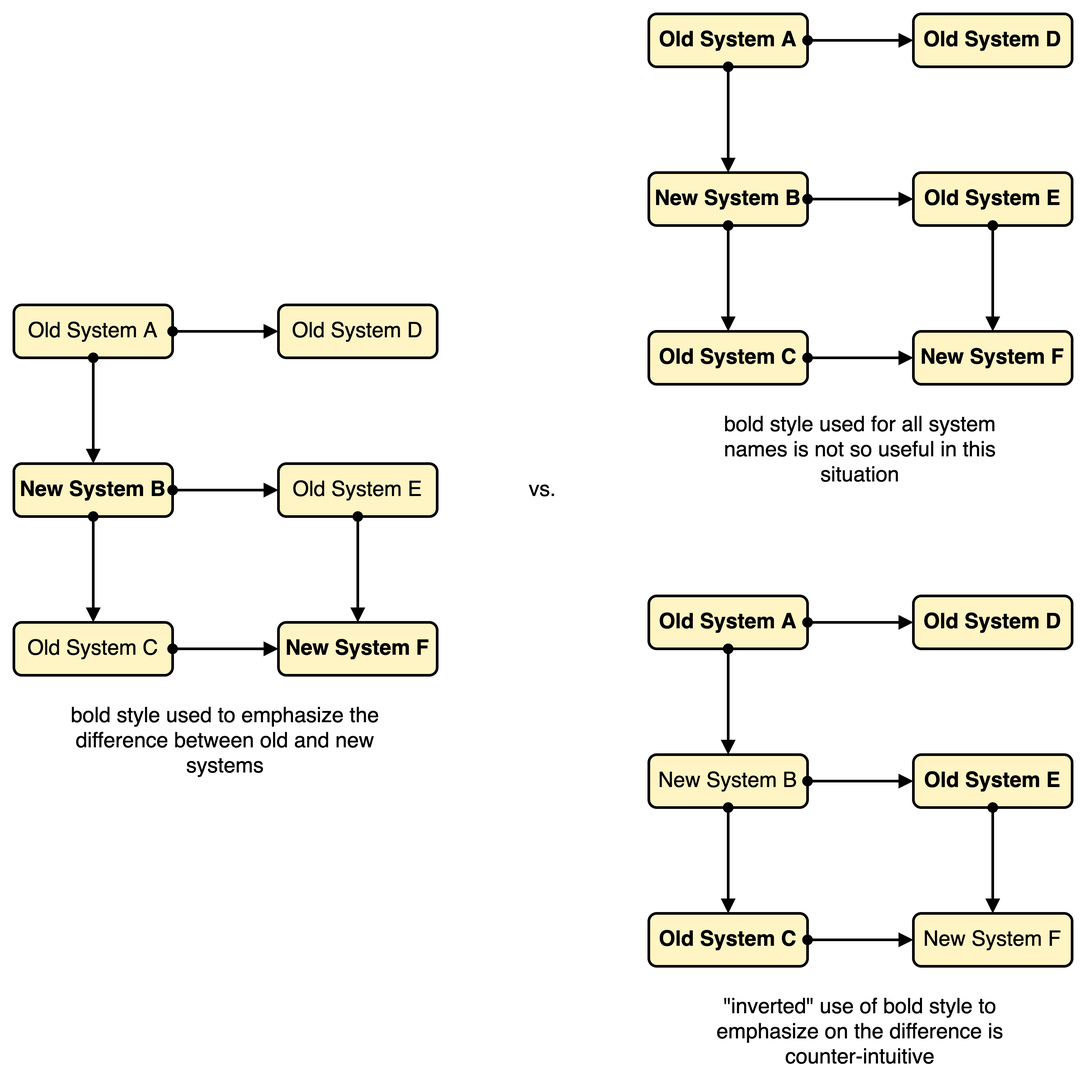
Earlier version of the draw.io export diagrams/text-guideline_font-style_2.png (martinleggewie/visual-tips-for-creating-schematic-diagrams). Source tidied: cells renumbered, new cells last; positions are measured from the earlier drawing's top-left corner, leaving out a move shared by most shapes.
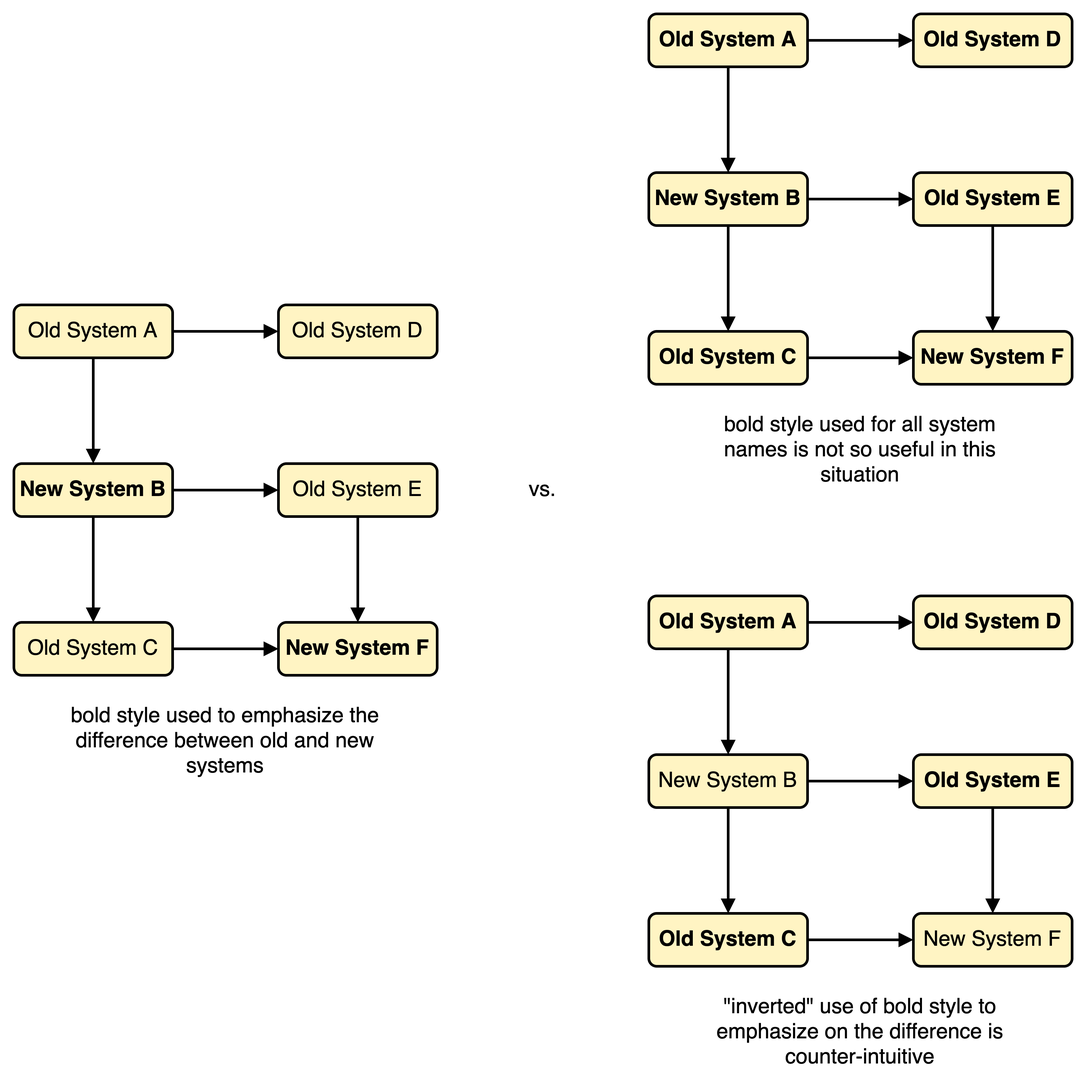
The same diagram one commit later.

Change to the diagram source:
```diff
@@ -9,16 +9,16 @@
     <mxCell id="4" value="Old System A" style="rounded=1;whiteSpace=wrap;html=1;strokeWidth=2;fontSize=16;fontStyle=0;fillColor=#FFF4C3;" parent="3" vertex="1">
       <mxGeometry x="10" y="230" width="120" height="40" as="geometry" />
     </mxCell>
-    <mxCell id="5" style="rounded=0;jettySize=auto;html=1;fontSize=16;endArrow=block;endFill=1;startArrow=oval;startFill=1;strokeWidth=2;" parent="3" edge="1" source="4" target="11">
+    <mxCell id="5" style="rounded=0;jettySize=auto;html=1;fontSize=16;endArrow=block;endFill=1;startArrow=none;startFill=0;strokeWidth=2;" parent="3" edge="1" source="4" target="11">
       <mxGeometry relative="1" as="geometry" />
     </mxCell>
     <mxCell id="6" value="New System B" style="rounded=1;whiteSpace=wrap;html=1;strokeWidth=2;fontSize=16;fontStyle=1;fillColor=#FFF4C3;" parent="3" vertex="1">
       <mxGeometry x="10" y="350" width="120" height="40" as="geometry" />
     </mxCell>
-    <mxCell id="7" style="edgeStyle=none;rounded=0;jettySize=auto;html=1;startArrow=oval;startFill=1;endArrow=block;endFill=1;strokeWidth=2;fontSize=16;" parent="3" edge="1" source="4" target="6">
+    <mxCell id="7" style="edgeStyle=none;rounded=0;jettySize=auto;html=1;startArrow=none;startFill=0;endArrow=block;endFill=1;strokeWidth=2;fontSize=16;" parent="3" edge="1" source="4" target="6">
       <mxGeometry relative="1" as="geometry" />
     </mxCell>
-    <mxCell id="8" style="rounded=0;jettySize=auto;html=1;fontSize=16;endArrow=block;endFill=1;startArrow=oval;startFill=1;strokeWidth=2;" parent="3" edge="1" source="6" target="12">
+    <mxCell id="8" style="rounded=0;jettySize=auto;html=1;fontSize=16;endArrow=block;endFill=1;startArrow=none;startFill=0;strokeWidth=2;" parent="3" edge="1" source="6" target="12">
       <mxGeometry relative="1" as="geometry" />
     </mxCell>
     <mxCell id="9" value="bold style used to emphasize the difference between old and new systems" style="text;html=1;strokeColor=none;fillColor=none;align=center;verticalAlign=middle;whiteSpace=wrap;rounded=0;fontSize=16;spacing=0;" parent="3" vertex="1">
@@ -39,28 +39,28 @@
     <mxCell id="14" value="Old System C" style="rounded=1;whiteSpace=wrap;html=1;strokeWidth=2;fontSize=16;fontStyle=0;fillColor=#FFF4C3;" parent="3" vertex="1">
       <mxGeometry x="10" y="470" width="120" height="40" as="geometry" />
     </mxCell>
-    <mxCell id="15" style="edgeStyle=none;rounded=1;jettySize=auto;html=1;fontSize=16;startArrow=oval;startFill=1;endArrow=block;endFill=1;strokeWidth=2;" parent="3" edge="1" source="12" target="13">
+    <mxCell id="15" style="edgeStyle=none;rounded=1;jettySize=auto;html=1;fontSize=16;startArrow=none;startFill=0;endArrow=block;endFill=1;strokeWidth=2;" parent="3" edge="1" source="12" target="13">
       <mxGeometry relative="1" as="geometry" />
     </mxCell>
-    <mxCell id="16" style="edgeStyle=none;rounded=1;jettySize=auto;html=1;fontSize=16;startArrow=oval;startFill=1;endArrow=block;endFill=1;strokeWidth=2;" parent="3" edge="1" source="14" target="13">
+    <mxCell id="16" style="edgeStyle=none;rounded=1;jettySize=auto;html=1;fontSize=16;startArrow=none;startFill=0;endArrow=block;endFill=1;strokeWidth=2;" parent="3" edge="1" source="14" target="13">
       <mxGeometry relative="1" as="geometry" />
     </mxCell>
-    <mxCell id="17" style="edgeStyle=none;rounded=1;jettySize=auto;html=1;fontSize=16;startArrow=oval;startFill=1;endArrow=block;endFill=1;strokeWidth=2;" parent="3" edge="1" source="6" target="14">
+    <mxCell id="17" style="edgeStyle=none;rounded=1;jettySize=auto;html=1;fontSize=16;startArrow=none;startFill=0;endArrow=block;endFill=1;strokeWidth=2;" parent="3" edge="1" source="6" target="14">
       <mxGeometry relative="1" as="geometry" />
     </mxCell>
     <mxCell id="18" value="Old System A" style="rounded=1;whiteSpace=wrap;html=1;strokeWidth=2;fontSize=16;fontStyle=1;fillColor=#FFF4C3;" parent="3" vertex="1">
       <mxGeometry x="490" y="10" width="120" height="40" as="geometry" />
     </mxCell>
-    <mxCell id="19" style="rounded=0;jettySize=auto;html=1;fontSize=16;endArrow=block;endFill=1;startArrow=oval;startFill=1;strokeWidth=2;" parent="3" edge="1" source="18" target="24">
+    <mxCell id="19" style="rounded=0;jettySize=auto;html=1;fontSize=16;endArrow=block;endFill=1;startArrow=none;startFill=0;strokeWidth=2;" parent="3" edge="1" source="18" target="24">
       <mxGeometry relative="1" as="geometry" />
     </mxCell>
     <mxCell id="20" value="New System B" style="rounded=1;whiteSpace=wrap;html=1;strokeWidth=2;fontSize=16;fontStyle=1;fillColor=#FFF4C3;" parent="3" vertex="1">
       <mxGeometry x="490" y="130" width="120" height="40" as="geometry" />
     </mxCell>
-    <mxCell id="21" style="edgeStyle=none;rounded=0;jettySize=auto;html=1;startArrow=oval;startFill=1;endArrow=block;endFill=1;strokeWidth=2;fontSize=16;" parent="3" edge="1" source="18" target="20">
+    <mxCell id="21" style="edgeStyle=none;rounded=0;jettySize=auto;html=1;startArrow=none;startFill=0;endArrow=block;endFill=1;strokeWidth=2;fontSize=16;" parent="3" edge="1" source="18" target="20">
       <mxGeometry relative="1" as="geometry" />
     </mxCell>
-    <mxCell id="22" style="rounded=0;jettySize=auto;html=1;fontSize=16;endArrow=block;endFill=1;startArrow=oval;startFill=1;strokeWidth=2;" parent="3" edge="1" source="20" target="25">
+    <mxCell id="22" style="rounded=0;jettySize=auto;html=1;fontSize=16;endArrow=block;endFill=1;startArrow=none;startFill=0;strokeWidth=2;" parent="3" edge="1" source="20" target="25">
       <mxGeometry relative="1" as="geometry" />
     </mxCell>
     <mxCell id="23" value="bold style used for all system names is not so useful in this situation" style="text;html=1;strokeColor=none;fillColor=none;align=center;verticalAlign=middle;whiteSpace=wrap;rounded=0;fontSize=16;spacing=0;" parent="3" vertex="1">
@@ -78,28 +78,28 @@
     <mxCell id="27" value="Old System C" style="rounded=1;whiteSpace=wrap;html=1;strokeWidth=2;fontSize=16;fontStyle=1;fillColor=#FFF4C3;" parent="3" vertex="1">
       <mxGeometry x="490" y="250" width="120" height="40" as="geometry" />
     </mxCell>
-    <mxCell id="28" style="edgeStyle=none;rounded=1;jettySize=auto;html=1;fontSize=16;startArrow=oval;startFill=1;endArrow=block;endFill=1;strokeWidth=2;" parent="3" edge="1" source="25" target="26">
+    <mxCell id="28" style="edgeStyle=none;rounded=1;jettySize=auto;html=1;fontSize=16;startArrow=none;startFill=0;endArrow=block;endFill=1;strokeWidth=2;" parent="3" edge="1" source="25" target="26">
       <mxGeometry relative="1" as="geometry" />
     </mxCell>
-    <mxCell id="29" style="edgeStyle=none;rounded=1;jettySize=auto;html=1;fontSize=16;startArrow=oval;startFill=1;endArrow=block;endFill=1;strokeWidth=2;" parent="3" edge="1" source="27" target="26">
+    <mxCell id="29" style="edgeStyle=none;rounded=1;jettySize=auto;html=1;fontSize=16;startArrow=none;startFill=0;endArrow=block;endFill=1;strokeWidth=2;" parent="3" edge="1" source="27" target="26">
       <mxGeometry relative="1" as="geometry" />
     </mxCell>
-    <mxCell id="30" style="edgeStyle=none;rounded=1;jettySize=auto;html=1;fontSize=16;startArrow=oval;startFill=1;endArrow=block;endFill=1;strokeWidth=2;" parent="3" edge="1" source="20" target="27">
+    <mxCell id="30" style="edgeStyle=none;rounded=1;jettySize=auto;html=1;fontSize=16;startArrow=none;startFill=0;endArrow=block;endFill=1;strokeWidth=2;" parent="3" edge="1" source="20" target="27">
       <mxGeometry relative="1" as="geometry" />
     </mxCell>
     <mxCell id="31" value="Old System A" style="rounded=1;whiteSpace=wrap;html=1;strokeWidth=2;fontSize=16;fontStyle=1;fillColor=#FFF4C3;" parent="3" vertex="1">
       <mxGeometry x="490" y="450" width="120" height="40" as="geometry" />
     </mxCell>
-    <mxCell id="32" style="rounded=0;jettySize=auto;html=1;fontSize=16;endArrow=block;endFill=1;startArrow=oval;startFill=1;strokeWidth=2;" parent="3" edge="1" source="31" target="37">
+    <mxCell id="32" style="rounded=0;jettySize=auto;html=1;fontSize=16;endArrow=block;endFill=1;startArrow=none;startFill=0;strokeWidth=2;" parent="3" edge="1" source="31" target="37">
       <mxGeometry relative="1" as="geometry" />
     </mxCell>
     <mxCell id="33" value="New System B" style="rounded=1;whiteSpace=wrap;html=1;strokeWidth=2;fontSize=16;fontStyle=0;fillColor=#FFF4C3;" parent="3" vertex="1">
       <mxGeometry x="490" y="570" width="120" height="40" as="geometry" />
     </mxCell>
-    <mxCell id="34" style="edgeStyle=none;rounded=0;jettySize=auto;html=1;startArrow=oval;startFill=1;endArrow=block;endFill=1;strokeWidth=2;fontSize=16;" parent="3" edge="1" source="31" target="33">
+    <mxCell id="34" style="edgeStyle=none;rounded=0;jettySize=auto;html=1;startArrow=none;startFill=0;endArrow=block;endFill=1;strokeWidth=2;fontSize=16;" parent="3" edge="1" source="31" target="33">
       <mxGeometry relative="1" as="geometry" />
     </mxCell>
-    <mxCell id="35" style="rounded=0;jettySize=auto;html=1;fontSize=16;endArrow=block;endFill=1;startArrow=oval;startFill=1;strokeWidth=2;" parent="3" edge="1" source="33" target="38">
+    <mxCell id="35" style="rounded=0;jettySize=auto;html=1;fontSize=16;endArrow=block;endFill=1;startArrow=none;startFill=0;strokeWidth=2;" parent="3" edge="1" source="33" target="38">
       <mxGeometry relative="1" as="geometry" />
     </mxCell>
     <mxCell id="36" value="&quot;inverted&quot; use of bold style to emphasize on the difference is counter-intuitive" style="text;html=1;strokeColor=none;fillColor=none;align=center;verticalAlign=middle;whiteSpace=wrap;rounded=0;fontSize=16;spacing=0;" parent="3" vertex="1">
@@ -117,13 +117,13 @@
     <mxCell id="40" value="Old System C" style="rounded=1;whiteSpace=wrap;html=1;strokeWidth=2;fontSize=16;fontStyle=1;fillColor=#FFF4C3;" parent="3" vertex="1">
       <mxGeometry x="490" y="690" width="120" height="40" as="geometry" />
     </mxCell>
-    <mxCell id="41" style="edgeStyle=none;rounded=1;jettySize=auto;html=1;fontSize=16;startArrow=oval;startFill=1;endArrow=block;endFill=1;strokeWidth=2;" parent="3" edge="1" source="38" target="39">
+    <mxCell id="41" style="edgeStyle=none;rounded=1;jettySize=auto;html=1;fontSize=16;startArrow=none;startFill=0;endArrow=block;endFill=1;strokeWidth=2;" parent="3" edge="1" source="38" target="39">
       <mxGeometry relative="1" as="geometry" />
     </mxCell>
-    <mxCell id="42" style="edgeStyle=none;rounded=1;jettySize=auto;html=1;fontSize=16;startArrow=oval;startFill=1;endArrow=block;endFill=1;strokeWidth=2;" parent="3" edge="1" source="40" target="39">
+    <mxCell id="42" style="edgeStyle=none;rounded=1;jettySize=auto;html=1;fontSize=16;startArrow=none;startFill=0;endArrow=block;endFill=1;strokeWidth=2;" parent="3" edge="1" source="40" target="39">
       <mxGeometry relative="1" as="geometry" />
     </mxCell>
-    <mxCell id="43" style="edgeStyle=none;rounded=1;jettySize=auto;html=1;fontSize=16;startArrow=oval;startFill=1;endArrow=block;endFill=1;strokeWidth=2;" parent="3" edge="1" source="33" target="40">
+    <mxCell id="43" style="edgeStyle=none;rounded=1;jettySize=auto;html=1;fontSize=16;startArrow=none;startFill=0;endArrow=block;endFill=1;strokeWidth=2;" parent="3" edge="1" source="33" target="40">
       <mxGeometry relative="1" as="geometry" />
     </mxCell>
   </root>
```
